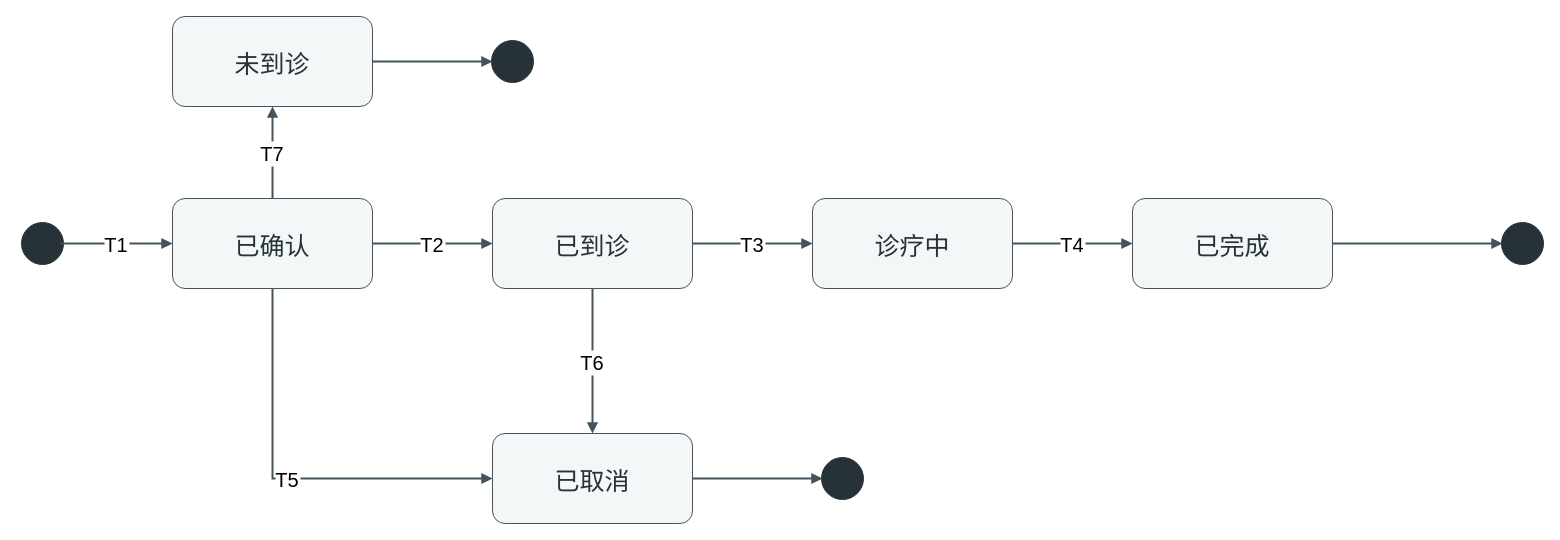
Above: assets/uml/14_状态机_预约.drawio in zongdajiang/adc-nexus-system-analysis-design (draw.io), before the change. Source tidied: cells renumbered, new cells numbered last; positions are measured from the earlier drawing's top-left corner, leaving out a move shared by most shapes. Both pictures are drawn from the tidied source at 100%, with x=0, y=0 at pixel (21, 16).
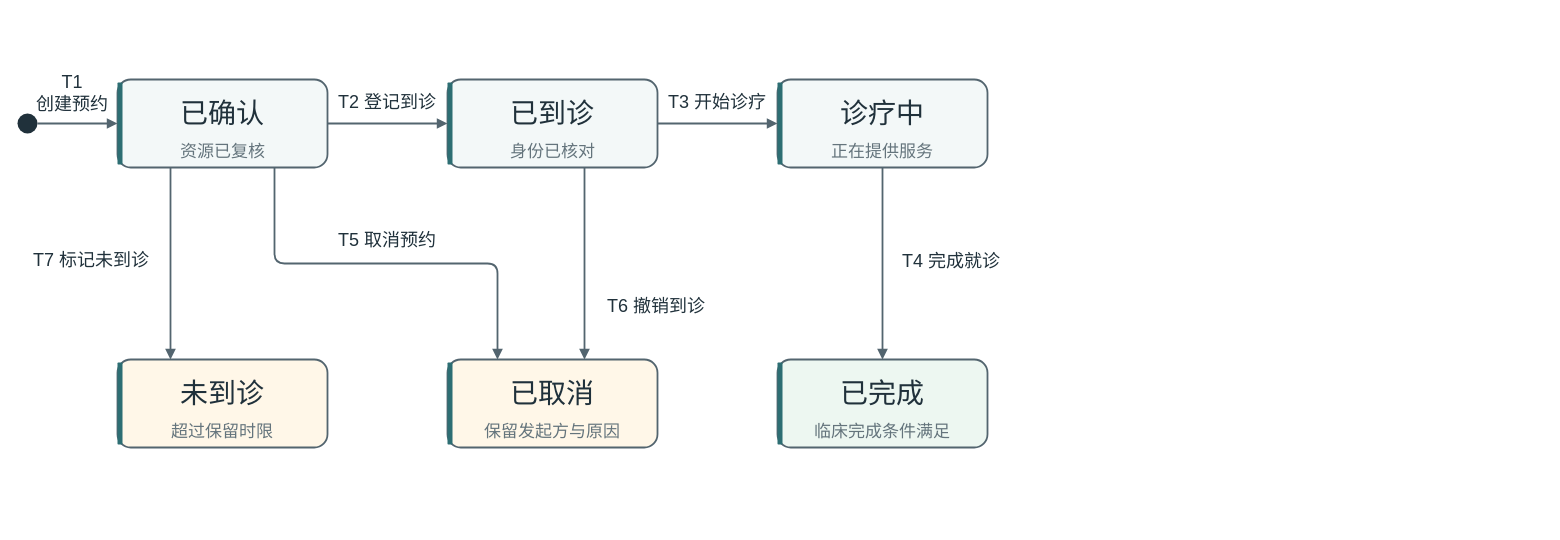
After the change.

Diff of the diagram source:
```diff
@@
-    <mxCell id="2" style="ellipse;fillColor=#263238;strokeColor=#263238;" parent="1" vertex="1">
-      <mxGeometry y="206" width="42" height="42" as="geometry" />
-    </mxCell>
+    <mxCell id="22" style="html=0;ellipse;fillColor=#20313B;strokeColor=none;strokeWidth=1.8;" parent="1" vertex="1">
+      <mxGeometry x="-4" y="97" width="20" height="20" as="geometry" />
+    </mxCell>
+    <mxCell id="23" style="html=0;rounded=1;fillColor=#F3F8F8;strokeColor=#53656F;strokeWidth=1.8;" parent="1" vertex="1">
+      <mxGeometry x="96" y="63" width="210" height="88" as="geometry" />
+    </mxCell>
+    <mxCell id="24" style="html=0;rounded=1;fillColor=#2D6E73;strokeColor=none;strokeWidth=1.8;" parent="1" vertex="1">
+      <mxGeometry x="96" y="66" width="5" height="82" as="geometry" />
+    </mxCell>
-    <mxCell id="3" value="已确认" style="rounded=1;arcSize=14;fillColor=#F3F7F8;strokeColor=#43545D;fontColor=#263238;fontFamily=Microsoft YaHei;fontSize=25;" parent="1" vertex="1">
-      <mxGeometry x="151" y="182" width="200" height="90" as="geometry" />
+    <mxCell id="3" value="已确认" style="html=0;text;strokeColor=none;fillColor=none;align=center;verticalAlign=top;spacing=0;fontFamily=Microsoft YaHei;fontSize=28;fontColor=#20313B;fontStyle=0;whiteSpace=wrap;" parent="1" vertex="1">
+      <mxGeometry x="157" y="76" width="88" height="38" as="geometry" />
     </mxCell>
+    <mxCell id="25" value="资源已复核" style="html=0;text;strokeColor=none;fillColor=none;align=center;verticalAlign=top;spacing=0;fontFamily=Microsoft YaHei;fontSize=17;fontColor=#64747C;fontStyle=0;whiteSpace=wrap;" parent="1" vertex="1">
+      <mxGeometry x="156.5" y="121" width="89" height="24.2" as="geometry" />
+    </mxCell>
+    <mxCell id="26" style="html=0;rounded=1;fillColor=#F3F8F8;strokeColor=#53656F;strokeWidth=1.8;" parent="1" vertex="1">
+      <mxGeometry x="426" y="63" width="210" height="88" as="geometry" />
+    </mxCell>
+    <mxCell id="27" style="html=0;rounded=1;fillColor=#2D6E73;strokeColor=none;strokeWidth=1.8;" parent="1" vertex="1">
+      <mxGeometry x="426" y="66" width="5" height="82" as="geometry" />
+    </mxCell>
-    <mxCell id="4" value="已到诊" style="rounded=1;arcSize=14;fillColor=#F3F7F8;strokeColor=#43545D;fontColor=#263238;fontFamily=Microsoft YaHei;fontSize=25;" parent="1" vertex="1">
-      <mxGeometry x="471" y="182" width="200" height="90" as="geometry" />
+    <mxCell id="4" value="已到诊" style="html=0;text;strokeColor=none;fillColor=none;align=center;verticalAlign=top;spacing=0;fontFamily=Microsoft YaHei;fontSize=28;fontColor=#20313B;fontStyle=0;whiteSpace=wrap;" parent="1" vertex="1">
+      <mxGeometry x="487" y="76" width="88" height="38" as="geometry" />
     </mxCell>
+    <mxCell id="28" value="身份已核对" style="html=0;text;strokeColor=none;fillColor=none;align=center;verticalAlign=top;spacing=0;fontFamily=Microsoft YaHei;fontSize=17;fontColor=#64747C;fontStyle=0;whiteSpace=wrap;" parent="1" vertex="1">
+      <mxGeometry x="486.5" y="121" width="89" height="24.2" as="geometry" />
+    </mxCell>
+    <mxCell id="29" style="html=0;rounded=1;fillColor=#F3F8F8;strokeColor=#53656F;strokeWidth=1.8;" parent="1" vertex="1">
+      <mxGeometry x="756" y="63" width="210" height="88" as="geometry" />
+    </mxCell>
+    <mxCell id="30" style="html=0;rounded=1;fillColor=#2D6E73;strokeColor=none;strokeWidth=1.8;" parent="1" vertex="1">
+      <mxGeometry x="756" y="66" width="5" height="82" as="geometry" />
+    </mxCell>
-    <mxCell id="5" value="诊疗中" style="rounded=1;arcSize=14;fillColor=#F3F7F8;strokeColor=#43545D;fontColor=#263238;fontFamily=Microsoft YaHei;fontSize=25;" parent="1" vertex="1">
-      <mxGeometry x="791" y="182" width="200" height="90" as="geometry" />
+    <mxCell id="5" value="诊疗中" style="html=0;text;strokeColor=none;fillColor=none;align=center;verticalAlign=top;spacing=0;fontFamily=Microsoft YaHei;fontSize=28;fontColor=#20313B;fontStyle=0;whiteSpace=wrap;" parent="1" vertex="1">
+      <mxGeometry x="817" y="76" width="88" height="38" as="geometry" />
     </mxCell>
+    <mxCell id="31" value="正在提供服务" style="html=0;text;strokeColor=none;fillColor=none;align=center;verticalAlign=top;spacing=0;fontFamily=Microsoft YaHei;fontSize=17;fontColor=#64747C;fontStyle=0;whiteSpace=wrap;" parent="1" vertex="1">
+      <mxGeometry x="808" y="121" width="106" height="24.2" as="geometry" />
+    </mxCell>
+    <mxCell id="32" style="html=0;rounded=1;fillColor=#FFF7E8;strokeColor=#53656F;strokeWidth=1.8;" parent="1" vertex="1">
+      <mxGeometry x="96" y="343" width="210" height="88" as="geometry" />
+    </mxCell>
+    <mxCell id="33" style="html=0;rounded=1;fillColor=#2D6E73;strokeColor=none;strokeWidth=1.8;" parent="1" vertex="1">
+      <mxGeometry x="96" y="346" width="5" height="82" as="geometry" />
+    </mxCell>
+    <mxCell id="8" value="未到诊" style="html=0;text;strokeColor=none;fillColor=none;align=center;verticalAlign=top;spacing=0;fontFamily=Microsoft YaHei;fontSize=28;fontColor=#20313B;fontStyle=0;whiteSpace=wrap;" parent="1" vertex="1">
+      <mxGeometry x="157" y="356" width="88" height="38" as="geometry" />
+    </mxCell>
+    <mxCell id="34" value="超过保留时限" style="html=0;text;strokeColor=none;fillColor=none;align=center;verticalAlign=top;spacing=0;fontFamily=Microsoft YaHei;fontSize=17;fontColor=#64747C;fontStyle=0;whiteSpace=wrap;" parent="1" vertex="1">
+      <mxGeometry x="148" y="401" width="106" height="24.2" as="geometry" />
+    </mxCell>
+    <mxCell id="35" style="html=0;rounded=1;fillColor=#FFF7E8;strokeColor=#53656F;strokeWidth=1.8;" parent="1" vertex="1">
+      <mxGeometry x="426" y="343" width="210" height="88" as="geometry" />
+    </mxCell>
+    <mxCell id="36" style="html=0;rounded=1;fillColor=#2D6E73;strokeColor=none;strokeWidth=1.8;" parent="1" vertex="1">
+      <mxGeometry x="426" y="346" width="5" height="82" as="geometry" />
+    </mxCell>
+    <mxCell id="10" value="已取消" style="html=0;text;strokeColor=none;fillColor=none;align=center;verticalAlign=top;spacing=0;fontFamily=Microsoft YaHei;fontSize=28;fontColor=#20313B;fontStyle=0;whiteSpace=wrap;" parent="1" vertex="1">
+      <mxGeometry x="487" y="356" width="88" height="38" as="geometry" />
+    </mxCell>
+    <mxCell id="37" value="保留发起方与原因" style="html=0;text;strokeColor=none;fillColor=none;align=center;verticalAlign=top;spacing=0;fontFamily=Microsoft YaHei;fontSize=17;fontColor=#64747C;fontStyle=0;whiteSpace=wrap;" parent="1" vertex="1">
+      <mxGeometry x="461" y="401" width="140" height="24.2" as="geometry" />
+    </mxCell>
+    <mxCell id="38" style="html=0;rounded=1;fillColor=#EDF7F1;strokeColor=#53656F;strokeWidth=1.8;" parent="1" vertex="1">
+      <mxGeometry x="756" y="343" width="210" height="88" as="geometry" />
+    </mxCell>
+    <mxCell id="39" style="html=0;rounded=1;fillColor=#2D6E73;strokeColor=none;strokeWidth=1.8;" parent="1" vertex="1">
+      <mxGeometry x="756" y="346" width="5" height="82" as="geometry" />
+    </mxCell>
-    <mxCell id="6" value="已完成" style="rounded=1;arcSize=14;fillColor=#F3F7F8;strokeColor=#43545D;fontColor=#263238;fontFamily=Microsoft YaHei;fontSize=25;" parent="1" vertex="1">
-      <mxGeometry x="1111" y="182" width="200" height="90" as="geometry" />
+    <mxCell id="6" value="已完成" style="html=0;text;strokeColor=none;fillColor=none;align=center;verticalAlign=top;spacing=0;fontFamily=Microsoft YaHei;fontSize=28;fontColor=#20313B;fontStyle=0;whiteSpace=wrap;" parent="1" vertex="1">
+      <mxGeometry x="817" y="356" width="88" height="38" as="geometry" />
     </mxCell>
-    <mxCell id="7" style="ellipse;shape=doubleEllipse;fillColor=#263238;strokeColor=#263238;" parent="1" vertex="1">
-      <mxGeometry x="1480" y="206" width="42" height="42" as="geometry" />
-    </mxCell>
-    <mxCell id="8" value="未到诊" style="rounded=1;arcSize=14;fillColor=#F3F7F8;strokeColor=#43545D;fontColor=#263238;fontFamily=Microsoft YaHei;fontSize=25;" parent="1" vertex="1">
-      <mxGeometry x="151" width="200" height="90" as="geometry" />
-    </mxCell>
-    <mxCell id="9" style="ellipse;shape=doubleEllipse;fillColor=#263238;strokeColor=#263238;" parent="1" vertex="1">
-      <mxGeometry x="470" y="24" width="42" height="42" as="geometry" />
-    </mxCell>
-    <mxCell id="10" value="已取消" style="rounded=1;arcSize=14;fillColor=#F3F7F8;strokeColor=#43545D;fontColor=#263238;fontFamily=Microsoft YaHei;fontSize=25;" parent="1" vertex="1">
-      <mxGeometry x="471" y="417" width="200" height="90" as="geometry" />
-    </mxCell>
-    <mxCell id="11" style="ellipse;shape=doubleEllipse;fillColor=#263238;strokeColor=#263238;" parent="1" vertex="1">
-      <mxGeometry x="800" y="441" width="42" height="42" as="geometry" />
-    </mxCell>
-    <mxCell id="12" value="T1" style="edgeStyle=orthogonalEdgeStyle;rounded=0;endArrow=block;endFill=1;strokeColor=#43545D;strokeWidth=2;fontSize=20;labelBackgroundColor=#FFFFFF;" parent="1" edge="1">
-      <mxGeometry relative="1" as="geometry">
-        <mxPoint x="39" y="227" as="sourcePoint" />
-        <mxPoint x="151" y="227" as="targetPoint" />
-      </mxGeometry>
-    </mxCell>
-    <mxCell id="13" value="T2" style="edgeStyle=orthogonalEdgeStyle;rounded=0;endArrow=block;endFill=1;strokeColor=#43545D;strokeWidth=2;fontSize=20;labelBackgroundColor=#FFFFFF;" parent="1" edge="1">
-      <mxGeometry relative="1" as="geometry">
-        <mxPoint x="351" y="227" as="sourcePoint" />
-        <mxPoint x="471" y="227" as="targetPoint" />
-      </mxGeometry>
-    </mxCell>
-    <mxCell id="14" value="T3" style="edgeStyle=orthogonalEdgeStyle;rounded=0;endArrow=block;endFill=1;strokeColor=#43545D;strokeWidth=2;fontSize=20;labelBackgroundColor=#FFFFFF;" parent="1" edge="1">
-      <mxGeometry relative="1" as="geometry">
-        <mxPoint x="671" y="227" as="sourcePoint" />
-        <mxPoint x="791" y="227" as="targetPoint" />
-      </mxGeometry>
-    </mxCell>
-    <mxCell id="15" value="T4" style="edgeStyle=orthogonalEdgeStyle;rounded=0;endArrow=block;endFill=1;strokeColor=#43545D;strokeWidth=2;fontSize=20;labelBackgroundColor=#FFFFFF;" parent="1" edge="1">
-      <mxGeometry relative="1" as="geometry">
-        <mxPoint x="991" y="227" as="sourcePoint" />
-        <mxPoint x="1111" y="227" as="targetPoint" />
-      </mxGeometry>
-    </mxCell>
-    <mxCell id="16" style="edgeStyle=orthogonalEdgeStyle;rounded=0;endArrow=block;endFill=1;strokeColor=#43545D;strokeWidth=2;fontSize=20;labelBackgroundColor=#FFFFFF;" parent="1" edge="1">
-      <mxGeometry relative="1" as="geometry">
-        <mxPoint x="1311" y="227" as="sourcePoint" />
-        <mxPoint x="1481" y="227" as="targetPoint" />
-      </mxGeometry>
-    </mxCell>
-    <mxCell id="17" value="T7" style="edgeStyle=orthogonalEdgeStyle;rounded=0;endArrow=block;endFill=1;strokeColor=#43545D;strokeWidth=2;fontSize=20;labelBackgroundColor=#FFFFFF;" parent="1" edge="1">
-      <mxGeometry relative="1" as="geometry">
-        <mxPoint x="251" y="182" as="sourcePoint" />
-        <mxPoint x="251" y="90" as="targetPoint" />
-      </mxGeometry>
-    </mxCell>
-    <mxCell id="18" style="edgeStyle=orthogonalEdgeStyle;rounded=0;endArrow=block;endFill=1;strokeColor=#43545D;strokeWidth=2;fontSize=20;labelBackgroundColor=#FFFFFF;" parent="1" edge="1">
-      <mxGeometry relative="1" as="geometry">
-        <mxPoint x="351" y="45" as="sourcePoint" />
-        <mxPoint x="471" y="45" as="targetPoint" />
-      </mxGeometry>
-    </mxCell>
-    <mxCell id="19" value="T5" style="edgeStyle=orthogonalEdgeStyle;rounded=0;endArrow=block;endFill=1;strokeColor=#43545D;strokeWidth=2;fontSize=20;labelBackgroundColor=#FFFFFF;" parent="1" edge="1">
-      <mxGeometry relative="1" as="geometry">
-        <mxPoint x="251" y="272" as="sourcePoint" />
-        <mxPoint x="471" y="462" as="targetPoint" />
-        <Array as="points">
-          <mxPoint x="251" y="462" />
-        </Array>
-      </mxGeometry>
-    </mxCell>
-    <mxCell id="20" value="T6" style="edgeStyle=orthogonalEdgeStyle;rounded=0;endArrow=block;endFill=1;strokeColor=#43545D;strokeWidth=2;fontSize=20;labelBackgroundColor=#FFFFFF;" parent="1" edge="1">
-      <mxGeometry relative="1" as="geometry">
-        <mxPoint x="571" y="272" as="sourcePoint" />
-        <mxPoint x="571" y="417" as="targetPoint" />
-      </mxGeometry>
-    </mxCell>
-    <mxCell id="21" style="edgeStyle=orthogonalEdgeStyle;rounded=0;endArrow=block;endFill=1;strokeColor=#43545D;strokeWidth=2;fontSize=20;labelBackgroundColor=#FFFFFF;" parent="1" edge="1">
-      <mxGeometry relative="1" as="geometry">
-        <mxPoint x="671" y="462" as="sourcePoint" />
-        <mxPoint x="801" y="462" as="targetPoint" />
-      </mxGeometry>
-    </mxCell>
+    <mxCell id="40" value="临床完成条件满足" style="html=0;text;strokeColor=none;fillColor=none;align=center;verticalAlign=top;spacing=0;fontFamily=Microsoft YaHei;fontSize=17;fontColor=#64747C;fontStyle=0;whiteSpace=wrap;" parent="1" vertex="1">
+      <mxGeometry x="791" y="401" width="140" height="24.2" as="geometry" />
+    </mxCell>
+    <mxCell id="41" style="html=0;endArrow=block;endFill=1;strokeColor=#53656F;strokeWidth=1.8;" parent="1" edge="1">
+      <mxGeometry relative="1" as="geometry">
+        <mxPoint x="16" y="107" as="sourcePoint" />
+        <mxPoint x="96" y="107" as="targetPoint" />
+      </mxGeometry>
+    </mxCell>
+    <mxCell id="42" value="T1&#10;创建预约" style="html=0;text;strokeColor=none;fillColor=none;align=center;verticalAlign=top;spacing=0;fontFamily=Microsoft YaHei;fontSize=18;fontColor=#20313B;fontStyle=0;whiteSpace=wrap;" parent="1" vertex="1">
+      <mxGeometry x="13" y="51" width="76" height="48" as="geometry" />
+    </mxCell>
+    <mxCell id="43" style="html=0;endArrow=block;endFill=1;strokeColor=#53656F;strokeWidth=1.8;" parent="1" edge="1">
+      <mxGeometry relative="1" as="geometry">
+        <mxPoint x="306" y="107" as="sourcePoint" />
+        <mxPoint x="426" y="107" as="targetPoint" />
+      </mxGeometry>
+    </mxCell>
+    <mxCell id="44" value="T2 登记到诊" style="html=0;text;strokeColor=none;fillColor=none;align=center;verticalAlign=top;spacing=0;fontFamily=Microsoft YaHei;fontSize=18;fontColor=#20313B;fontStyle=0;whiteSpace=wrap;" parent="1" vertex="1">
+      <mxGeometry x="315" y="71" width="102" height="25.5" as="geometry" />
+    </mxCell>
+    <mxCell id="45" style="html=0;endArrow=block;endFill=1;strokeColor=#53656F;strokeWidth=1.8;" parent="1" edge="1">
+      <mxGeometry relative="1" as="geometry">
+        <mxPoint x="636" y="107" as="sourcePoint" />
+        <mxPoint x="756" y="107" as="targetPoint" />
+      </mxGeometry>
+    </mxCell>
+    <mxCell id="46" value="T3 开始诊疗" style="html=0;text;strokeColor=none;fillColor=none;align=center;verticalAlign=top;spacing=0;fontFamily=Microsoft YaHei;fontSize=18;fontColor=#20313B;fontStyle=0;whiteSpace=wrap;" parent="1" vertex="1">
+      <mxGeometry x="645" y="71" width="102" height="25.5" as="geometry" />
+    </mxCell>
+    <mxCell id="47" style="html=0;endArrow=block;endFill=1;strokeColor=#53656F;strokeWidth=1.8;" parent="1" edge="1">
+      <mxGeometry relative="1" as="geometry">
+        <mxPoint x="861" y="151" as="sourcePoint" />
+        <mxPoint x="861" y="343" as="targetPoint" />
+      </mxGeometry>
+    </mxCell>
+    <mxCell id="48" value="T4 完成就诊" style="html=0;text;strokeColor=none;fillColor=none;align=left;verticalAlign=top;spacing=0;fontFamily=Microsoft YaHei;fontSize=18;fontColor=#20313B;fontStyle=0;whiteSpace=wrap;" parent="1" vertex="1">
+      <mxGeometry x="881" y="230" width="102" height="25.5" as="geometry" />
+    </mxCell>
+    <mxCell id="49" style="html=0;endArrow=block;endFill=1;strokeColor=#53656F;strokeWidth=1.8;" parent="1" edge="1">
+      <mxGeometry relative="1" as="geometry">
+        <mxPoint x="253" y="151" as="sourcePoint" />
+        <mxPoint x="476" y="343" as="targetPoint" />
+        <Array as="points">
+          <mxPoint x="253" y="247" />
+          <mxPoint x="476" y="247" />
+        </Array>
+      </mxGeometry>
+    </mxCell>
+    <mxCell id="50" value="T5 取消预约" style="html=0;text;strokeColor=none;fillColor=none;align=center;verticalAlign=top;spacing=0;fontFamily=Microsoft YaHei;fontSize=18;fontColor=#20313B;fontStyle=0;whiteSpace=wrap;" parent="1" vertex="1">
+      <mxGeometry x="315" y="209" width="102" height="25.5" as="geometry" />
+    </mxCell>
+    <mxCell id="51" style="html=0;endArrow=block;endFill=1;strokeColor=#53656F;strokeWidth=1.8;" parent="1" edge="1">
+      <mxGeometry relative="1" as="geometry">
+        <mxPoint x="563" y="151" as="sourcePoint" />
+        <mxPoint x="563" y="343" as="targetPoint" />
+      </mxGeometry>
+    </mxCell>
+    <mxCell id="52" value="T6 撤销到诊" style="html=0;text;strokeColor=none;fillColor=none;align=left;verticalAlign=top;spacing=0;fontFamily=Microsoft YaHei;fontSize=18;fontColor=#20313B;fontStyle=0;whiteSpace=wrap;" parent="1" vertex="1">
+      <mxGeometry x="586" y="275" width="102" height="25.5" as="geometry" />
+    </mxCell>
+    <mxCell id="53" style="html=0;endArrow=block;endFill=1;strokeColor=#53656F;strokeWidth=1.8;" parent="1" edge="1">
+      <mxGeometry relative="1" as="geometry">
+        <mxPoint x="149" y="151" as="sourcePoint" />
+        <mxPoint x="149" y="343" as="targetPoint" />
+      </mxGeometry>
+    </mxCell>
+    <mxCell id="54" value="T7 标记未到诊" style="html=0;text;strokeColor=none;fillColor=none;align=right;verticalAlign=top;spacing=0;fontFamily=Microsoft YaHei;fontSize=18;fontColor=#20313B;fontStyle=0;whiteSpace=wrap;" parent="1" vertex="1">
+      <mxGeometry x="8" y="229" width="120" height="25.5" as="geometry" />
+    </mxCell>
```
